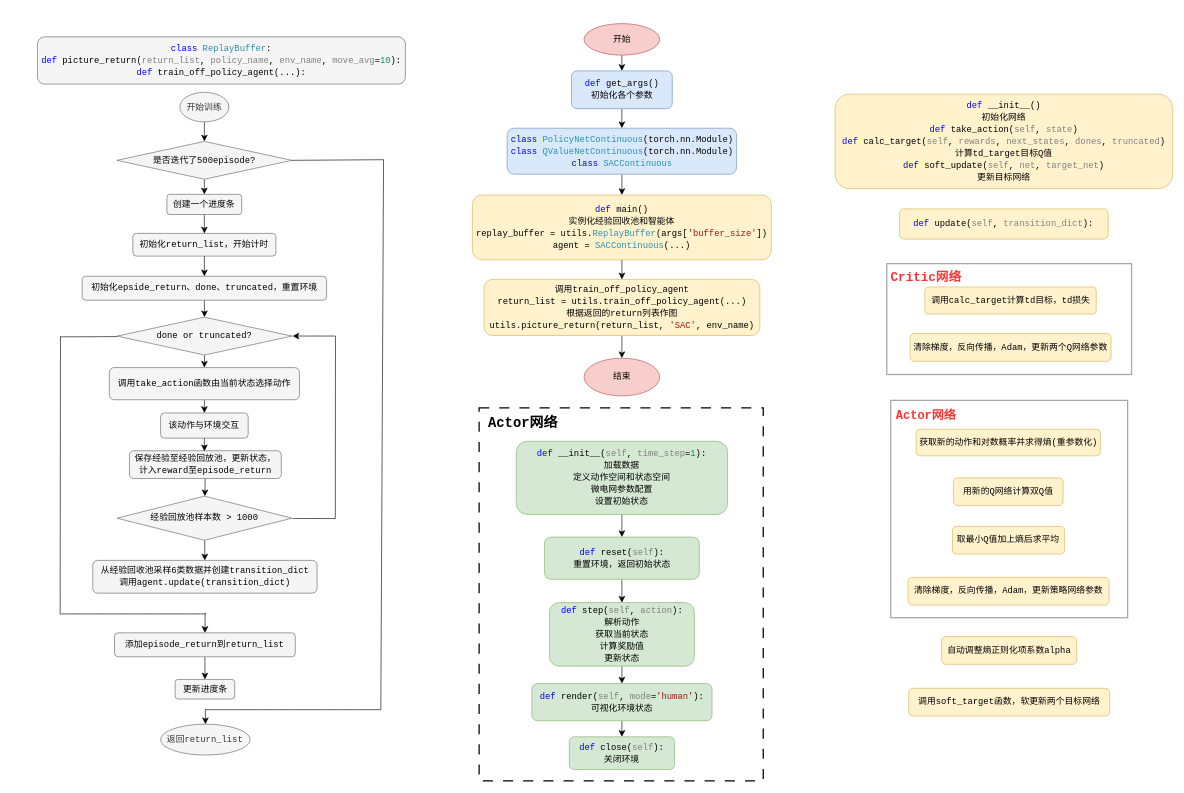
Above: EMS-CN-version.drawio in Pengyu-Jin/draw.io-projects-file (draw.io), before the change. Source tidied: cells renumbered, new cells numbered last; positions are measured from the earlier drawing's top-left corner, leaving out a move shared by most shapes. Both pictures are drawn from the tidied source at 63%, with x=0, y=0 at pixel (37, 23).
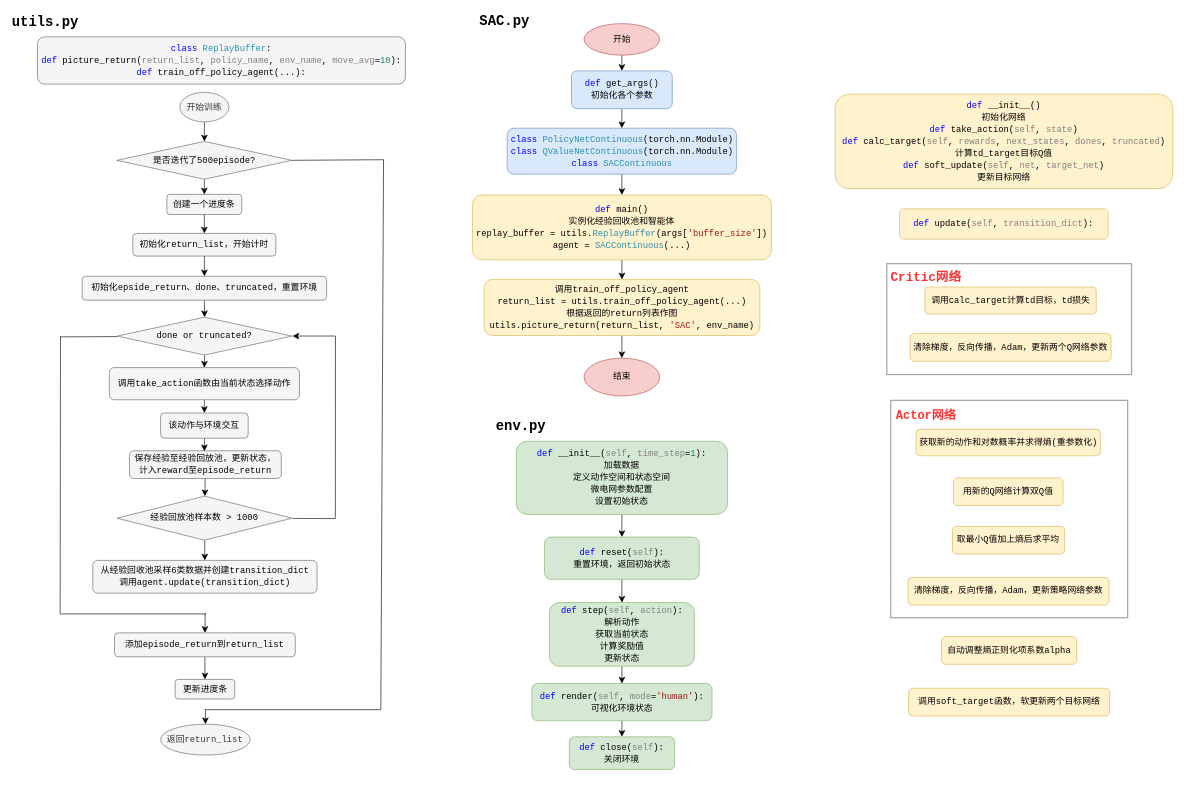
After the change.

Change to the diagram source:
```diff
@@
-    <mxCell id="2" style="rounded=0;whiteSpace=wrap;html=1;fillStyle=auto;gradientColor=none;strokeWidth=2;strokeColor=#000000;dashed=1;dashPattern=8 8;" parent="1" vertex="1">
-      <mxGeometry x="701" y="610" width="451" height="592" as="geometry" />
-    </mxCell>
+    <mxCell id="82" value="&lt;span style=&quot;font-family: &amp;quot;JetBrains Mono&amp;quot;, Consolas, &amp;quot;Courier New&amp;quot;, monospace, Consolas, &amp;quot;Courier New&amp;quot;, monospace; white-space-collapse: preserve;&quot;&gt;&lt;font style=&quot;font-size: 22px;&quot;&gt;SAC.py&lt;/font&gt;&lt;/span&gt;" style="text;strokeColor=none;fillColor=none;html=1;fontSize=24;fontStyle=1;verticalAlign=middle;align=center;" parent="1" vertex="1">
+      <mxGeometry x="686.8" y="-20" width="108.2" height="32" as="geometry" />
+    </mxCell>
@@
-    <mxCell id="81" value="&lt;span style=&quot;font-family: &amp;quot;JetBrains Mono&amp;quot;, Consolas, &amp;quot;Courier New&amp;quot;, monospace, Consolas, &amp;quot;Courier New&amp;quot;, monospace; white-space-collapse: preserve;&quot;&gt;&lt;font style=&quot;font-size: 22px;&quot;&gt;Actor网络&lt;/font&gt;&lt;/span&gt;" style="text;strokeColor=none;fillColor=none;html=1;fontSize=24;fontStyle=1;verticalAlign=middle;align=center;" parent="1" vertex="1">
-      <mxGeometry x="708.8" y="618" width="122.5" height="32" as="geometry" />
+    <mxCell id="81" value="&lt;span style=&quot;font-family: &amp;quot;JetBrains Mono&amp;quot;, Consolas, &amp;quot;Courier New&amp;quot;, monospace, Consolas, &amp;quot;Courier New&amp;quot;, monospace; white-space-collapse: preserve;&quot;&gt;&lt;font style=&quot;font-size: 22px;&quot;&gt;env.py&lt;/font&gt;&lt;/span&gt;" style="text;strokeColor=none;fillColor=none;html=1;fontSize=24;fontStyle=1;verticalAlign=middle;align=center;" parent="1" vertex="1">
+      <mxGeometry x="713" y="622" width="108.2" height="32" as="geometry" />
     </mxCell>
+    <mxCell id="83" value="&lt;span style=&quot;font-family: &amp;quot;JetBrains Mono&amp;quot;, Consolas, &amp;quot;Courier New&amp;quot;, monospace, Consolas, &amp;quot;Courier New&amp;quot;, monospace; white-space-collapse: preserve;&quot;&gt;&lt;font style=&quot;font-size: 22px;&quot;&gt;utils.py&lt;/font&gt;&lt;/span&gt;" style="text;strokeColor=none;fillColor=none;html=1;fontSize=24;fontStyle=1;verticalAlign=middle;align=center;" parent="1" vertex="1">
+      <mxGeometry x="-42.2" y="-19" width="108.2" height="32" as="geometry" />
+    </mxCell>
```
